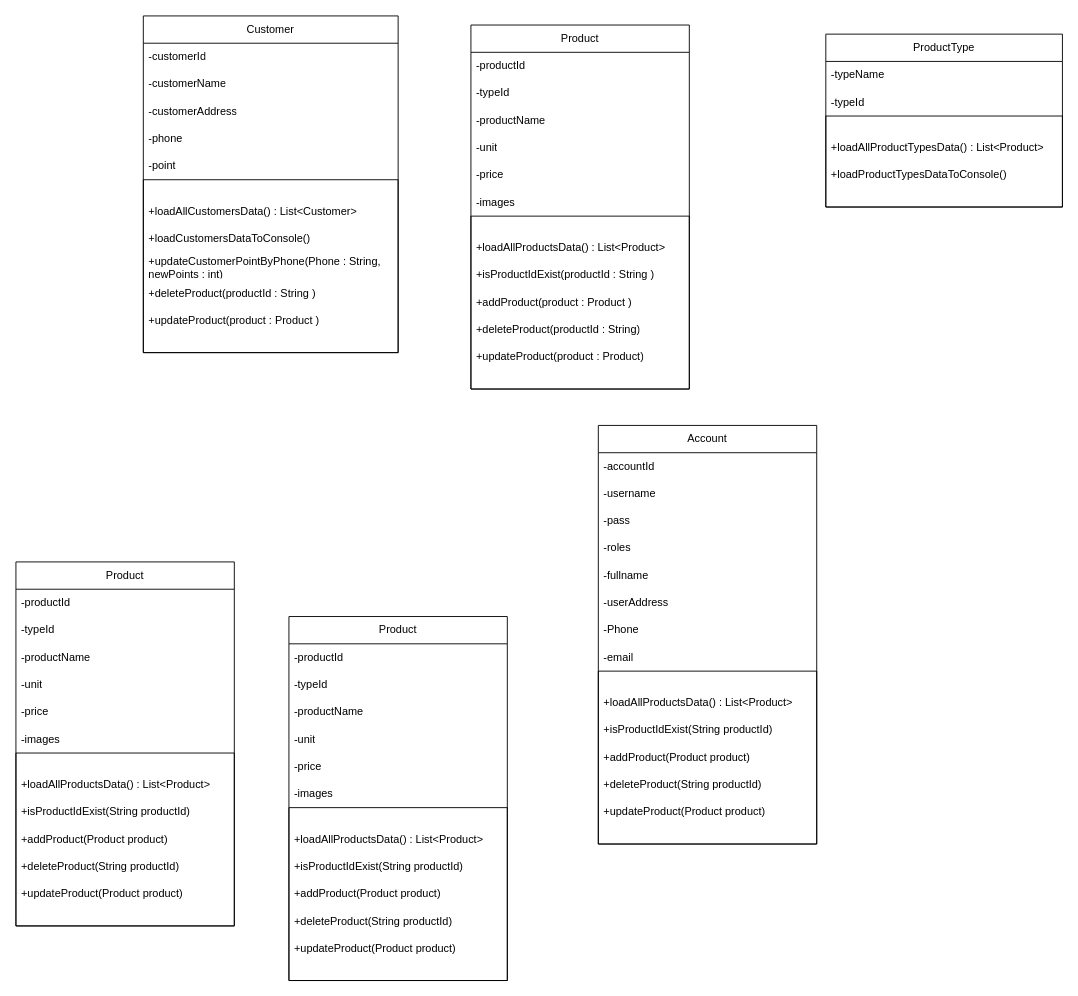
This is xử lí luồng.drawio from cuongtran-0900/GS1, a draw.io file, before an edit. Source tidied: cells renumbered, new cells numbered last; positions are measured from the earlier drawing's top-left corner, leaving out a move shared by most shapes. Both pictures are drawn from the tidied source at 91%, with x=0, y=0 at pixel (15, 15).
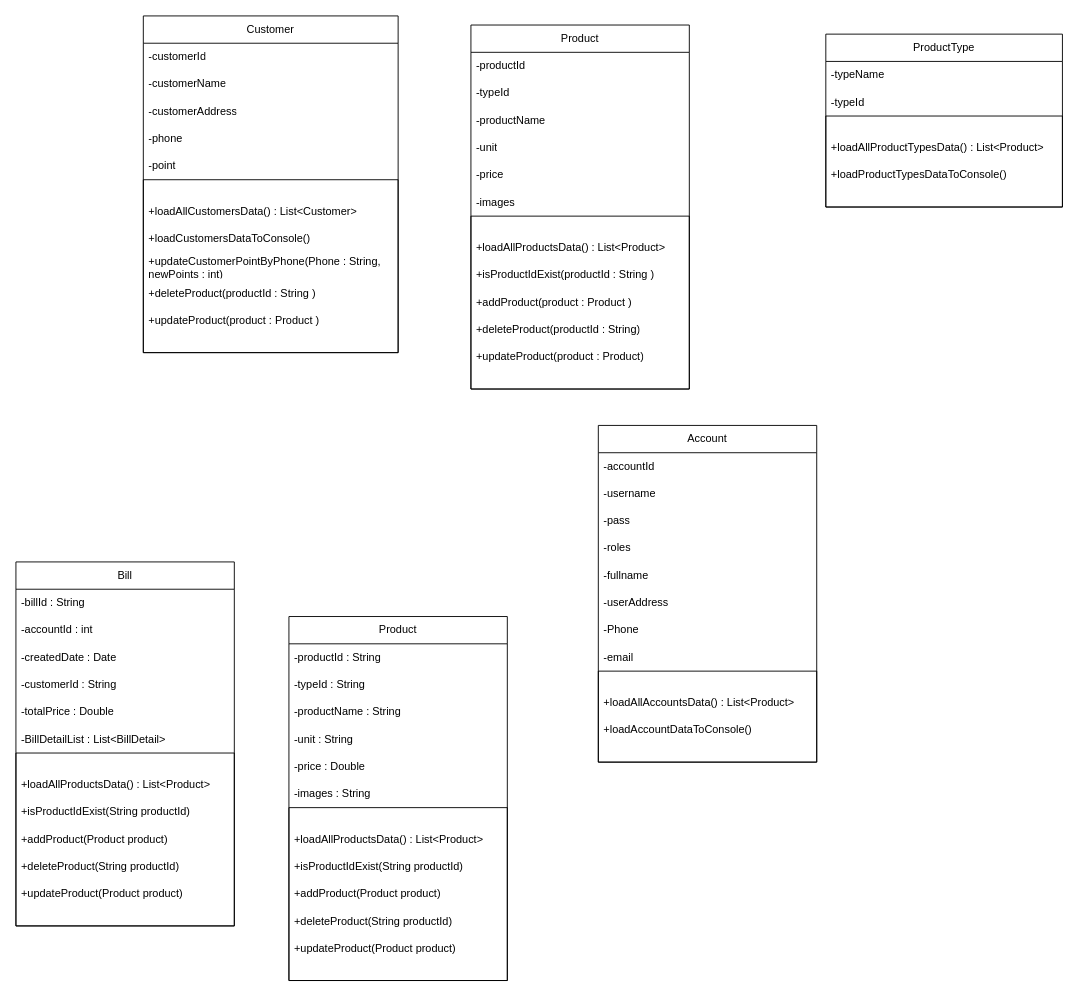
The same diagram, later.

The change refers to these unchanged cells:
```xml
<mxCell id="61" value="Product" style="swimlane;fontStyle=0;horizontal=1;startSize=30;whiteSpace=wrap;html=1;strokeColor=default;align=center;verticalAlign=middle;fontFamily=Helvetica;fontSize=12;fontColor=default;fillColor=default;" parent="1" vertex="1">
  <mxGeometry x="300" y="660" width="240" height="400" as="geometry" />
</mxCell>
```

The edit, as a diff of the source:
```diff
@@
     <mxCell id="8" value="Account" style="swimlane;fontStyle=0;horizontal=1;startSize=30;whiteSpace=wrap;html=1;strokeColor=default;align=center;verticalAlign=middle;fontFamily=Helvetica;fontSize=12;fontColor=default;fillColor=default;" parent="1" vertex="1">
-      <mxGeometry x="640" y="450" width="240" height="460" as="geometry" />
+      <mxGeometry x="640" y="450" width="240" height="370" as="geometry" />
     </mxCell>
@@
     <mxCell id="17" style="swimlane;startSize=0;strokeColor=default;align=center;verticalAlign=middle;fontFamily=Helvetica;fontSize=12;fontColor=default;fontStyle=0;fillColor=default;" parent="8" vertex="1">
-      <mxGeometry y="270" width="240" height="190" as="geometry" />
+      <mxGeometry y="270" width="240" height="100" as="geometry" />
     </mxCell>
-    <mxCell id="18" value="+loadAllProductsData() :&amp;nbsp;List&amp;lt;Product&amp;gt;" style="text;strokeColor=none;fillColor=none;align=left;verticalAlign=middle;spacingLeft=4;spacingRight=4;overflow=hidden;whiteSpace=wrap;html=1;fontFamily=Helvetica;fontSize=12;fontColor=default;fontStyle=0;" parent="17" vertex="1">
+    <mxCell id="18" value="+loadAllAccountsData() :&amp;nbsp;List&amp;lt;Product&amp;gt;" style="text;strokeColor=none;fillColor=none;align=left;verticalAlign=middle;spacingLeft=4;spacingRight=4;overflow=hidden;whiteSpace=wrap;html=1;fontFamily=Helvetica;fontSize=12;fontColor=default;fontStyle=0;" parent="17" vertex="1">
       <mxGeometry y="20" width="240" height="30" as="geometry" />
     </mxCell>
-    <mxCell id="19" value="+isProductIdExist(String productId)" style="text;strokeColor=none;fillColor=none;align=left;verticalAlign=middle;spacingLeft=4;spacingRight=4;overflow=hidden;whiteSpace=wrap;html=1;fontFamily=Helvetica;fontSize=12;fontColor=default;fontStyle=0;" parent="17" vertex="1">
+    <mxCell id="19" value="+loadAccountDataToConsole()" style="text;strokeColor=none;fillColor=none;align=left;verticalAlign=middle;spacingLeft=4;spacingRight=4;overflow=hidden;whiteSpace=wrap;html=1;fontFamily=Helvetica;fontSize=12;fontColor=default;fontStyle=0;" parent="17" vertex="1">
       <mxGeometry y="50" width="240" height="30" as="geometry" />
     </mxCell>
-    <mxCell id="20" value="+addProduct(Product product)" style="text;strokeColor=none;fillColor=none;align=left;verticalAlign=middle;spacingLeft=4;spacingRight=4;overflow=hidden;whiteSpace=wrap;html=1;fontFamily=Helvetica;fontSize=12;fontColor=default;fontStyle=0;" parent="17" vertex="1">
-      <mxGeometry y="80" width="240" height="30" as="geometry" />
-    </mxCell>
-    <mxCell id="21" value="+deleteProduct(String productId)" style="text;strokeColor=none;fillColor=none;align=left;verticalAlign=middle;spacingLeft=4;spacingRight=4;overflow=hidden;whiteSpace=wrap;html=1;fontFamily=Helvetica;fontSize=12;fontColor=default;fontStyle=0;" parent="17" vertex="1">
-      <mxGeometry y="110" width="240" height="30" as="geometry" />
-    </mxCell>
-    <mxCell id="22" value="+updateProduct(Product product)" style="text;strokeColor=none;fillColor=none;align=left;verticalAlign=middle;spacingLeft=4;spacingRight=4;overflow=hidden;whiteSpace=wrap;html=1;fontFamily=Helvetica;fontSize=12;fontColor=default;fontStyle=0;" parent="17" vertex="1">
-      <mxGeometry y="140" width="240" height="30" as="geometry" />
-    </mxCell>
@@
-    <mxCell id="48" value="Product" style="swimlane;fontStyle=0;horizontal=1;startSize=30;whiteSpace=wrap;html=1;strokeColor=default;align=center;verticalAlign=middle;fontFamily=Helvetica;fontSize=12;fontColor=default;fillColor=default;" parent="1" vertex="1">
+    <mxCell id="48" value="Bill" style="swimlane;fontStyle=0;horizontal=1;startSize=30;whiteSpace=wrap;html=1;strokeColor=default;align=center;verticalAlign=middle;fontFamily=Helvetica;fontSize=12;fontColor=default;fillColor=default;" parent="1" vertex="1">
       <mxGeometry y="600" width="240" height="400" as="geometry" />
     </mxCell>
-    <mxCell id="49" value="-productId" style="text;strokeColor=none;fillColor=none;align=left;verticalAlign=middle;spacingLeft=4;spacingRight=4;overflow=hidden;whiteSpace=wrap;html=1;fontFamily=Helvetica;fontSize=12;fontColor=default;fontStyle=0;" parent="48" vertex="1">
+    <mxCell id="49" value="-billId :&amp;nbsp;String" style="text;strokeColor=none;fillColor=none;align=left;verticalAlign=middle;spacingLeft=4;spacingRight=4;overflow=hidden;whiteSpace=wrap;html=1;fontFamily=Helvetica;fontSize=12;fontColor=default;fontStyle=0;" parent="48" vertex="1">
       <mxGeometry y="30" width="240" height="30" as="geometry" />
     </mxCell>
-    <mxCell id="50" value="-typeId" style="text;strokeColor=none;fillColor=none;align=left;verticalAlign=middle;spacingLeft=4;spacingRight=4;overflow=hidden;whiteSpace=wrap;html=1;fontFamily=Helvetica;fontSize=12;fontColor=default;fontStyle=0;" parent="48" vertex="1">
+    <mxCell id="50" value="-accountId :&amp;nbsp;int" style="text;strokeColor=none;fillColor=none;align=left;verticalAlign=middle;spacingLeft=4;spacingRight=4;overflow=hidden;whiteSpace=wrap;html=1;fontFamily=Helvetica;fontSize=12;fontColor=default;fontStyle=0;" parent="48" vertex="1">
       <mxGeometry y="60" width="240" height="30" as="geometry" />
     </mxCell>
-    <mxCell id="51" value="-productName" style="text;strokeColor=none;fillColor=none;align=left;verticalAlign=middle;spacingLeft=4;spacingRight=4;overflow=hidden;whiteSpace=wrap;html=1;fontFamily=Helvetica;fontSize=12;fontColor=default;fontStyle=0;" parent="48" vertex="1">
+    <mxCell id="51" value="-createdDate :&amp;nbsp;Date" style="text;strokeColor=none;fillColor=none;align=left;verticalAlign=middle;spacingLeft=4;spacingRight=4;overflow=hidden;whiteSpace=wrap;html=1;fontFamily=Helvetica;fontSize=12;fontColor=default;fontStyle=0;" parent="48" vertex="1">
       <mxGeometry y="90" width="240" height="30" as="geometry" />
     </mxCell>
-    <mxCell id="52" value="-unit" style="text;strokeColor=none;fillColor=none;align=left;verticalAlign=middle;spacingLeft=4;spacingRight=4;overflow=hidden;whiteSpace=wrap;html=1;fontFamily=Helvetica;fontSize=12;fontColor=default;fontStyle=0;" parent="48" vertex="1">
+    <mxCell id="52" value="-customerId :&amp;nbsp;String" style="text;strokeColor=none;fillColor=none;align=left;verticalAlign=middle;spacingLeft=4;spacingRight=4;overflow=hidden;whiteSpace=wrap;html=1;fontFamily=Helvetica;fontSize=12;fontColor=default;fontStyle=0;" parent="48" vertex="1">
       <mxGeometry y="120" width="240" height="30" as="geometry" />
     </mxCell>
-    <mxCell id="53" value="-price" style="text;strokeColor=none;fillColor=none;align=left;verticalAlign=middle;spacingLeft=4;spacingRight=4;overflow=hidden;whiteSpace=wrap;html=1;fontFamily=Helvetica;fontSize=12;fontColor=default;fontStyle=0;" parent="48" vertex="1">
+    <mxCell id="53" value="-totalPrice : Double" style="text;strokeColor=none;fillColor=none;align=left;verticalAlign=middle;spacingLeft=4;spacingRight=4;overflow=hidden;whiteSpace=wrap;html=1;fontFamily=Helvetica;fontSize=12;fontColor=default;fontStyle=0;" parent="48" vertex="1">
       <mxGeometry y="150" width="240" height="30" as="geometry" />
     </mxCell>
-    <mxCell id="54" value="-images" style="text;strokeColor=none;fillColor=none;align=left;verticalAlign=middle;spacingLeft=4;spacingRight=4;overflow=hidden;whiteSpace=wrap;html=1;fontFamily=Helvetica;fontSize=12;fontColor=default;fontStyle=0;" parent="48" vertex="1">
+    <mxCell id="54" value="-BillDetailList : List&amp;lt;BillDetail&amp;gt;" style="text;strokeColor=none;fillColor=none;align=left;verticalAlign=middle;spacingLeft=4;spacingRight=4;overflow=hidden;whiteSpace=wrap;html=1;fontFamily=Helvetica;fontSize=12;fontColor=default;fontStyle=0;" parent="48" vertex="1">
       <mxGeometry y="180" width="240" height="30" as="geometry" />
     </mxCell>
@@
-    <mxCell id="62" value="-productId" style="text;strokeColor=none;fillColor=none;align=left;verticalAlign=middle;spacingLeft=4;spacingRight=4;overflow=hidden;whiteSpace=wrap;html=1;fontFamily=Helvetica;fontSize=12;fontColor=default;fontStyle=0;" parent="61" vertex="1">
+    <mxCell id="62" value="-productId :&amp;nbsp;String" style="text;strokeColor=none;fillColor=none;align=left;verticalAlign=middle;spacingLeft=4;spacingRight=4;overflow=hidden;whiteSpace=wrap;html=1;fontFamily=Helvetica;fontSize=12;fontColor=default;fontStyle=0;" parent="61" vertex="1">
       <mxGeometry y="30" width="240" height="30" as="geometry" />
     </mxCell>
-    <mxCell id="63" value="-typeId" style="text;strokeColor=none;fillColor=none;align=left;verticalAlign=middle;spacingLeft=4;spacingRight=4;overflow=hidden;whiteSpace=wrap;html=1;fontFamily=Helvetica;fontSize=12;fontColor=default;fontStyle=0;" parent="61" vertex="1">
+    <mxCell id="63" value="-typeId :&amp;nbsp;String" style="text;strokeColor=none;fillColor=none;align=left;verticalAlign=middle;spacingLeft=4;spacingRight=4;overflow=hidden;whiteSpace=wrap;html=1;fontFamily=Helvetica;fontSize=12;fontColor=default;fontStyle=0;" parent="61" vertex="1">
       <mxGeometry y="60" width="240" height="30" as="geometry" />
     </mxCell>
-    <mxCell id="64" value="-productName" style="text;strokeColor=none;fillColor=none;align=left;verticalAlign=middle;spacingLeft=4;spacingRight=4;overflow=hidden;whiteSpace=wrap;html=1;fontFamily=Helvetica;fontSize=12;fontColor=default;fontStyle=0;" parent="61" vertex="1">
+    <mxCell id="64" value="-productName :&amp;nbsp;String" style="text;strokeColor=none;fillColor=none;align=left;verticalAlign=middle;spacingLeft=4;spacingRight=4;overflow=hidden;whiteSpace=wrap;html=1;fontFamily=Helvetica;fontSize=12;fontColor=default;fontStyle=0;" parent="61" vertex="1">
       <mxGeometry y="90" width="240" height="30" as="geometry" />
     </mxCell>
-    <mxCell id="65" value="-unit" style="text;strokeColor=none;fillColor=none;align=left;verticalAlign=middle;spacingLeft=4;spacingRight=4;overflow=hidden;whiteSpace=wrap;html=1;fontFamily=Helvetica;fontSize=12;fontColor=default;fontStyle=0;" parent="61" vertex="1">
+    <mxCell id="65" value="-unit :&amp;nbsp;String" style="text;strokeColor=none;fillColor=none;align=left;verticalAlign=middle;spacingLeft=4;spacingRight=4;overflow=hidden;whiteSpace=wrap;html=1;fontFamily=Helvetica;fontSize=12;fontColor=default;fontStyle=0;" parent="61" vertex="1">
       <mxGeometry y="120" width="240" height="30" as="geometry" />
     </mxCell>
-    <mxCell id="66" value="-price" style="text;strokeColor=none;fillColor=none;align=left;verticalAlign=middle;spacingLeft=4;spacingRight=4;overflow=hidden;whiteSpace=wrap;html=1;fontFamily=Helvetica;fontSize=12;fontColor=default;fontStyle=0;" parent="61" vertex="1">
+    <mxCell id="66" value="-price : Double" style="text;strokeColor=none;fillColor=none;align=left;verticalAlign=middle;spacingLeft=4;spacingRight=4;overflow=hidden;whiteSpace=wrap;html=1;fontFamily=Helvetica;fontSize=12;fontColor=default;fontStyle=0;" parent="61" vertex="1">
       <mxGeometry y="150" width="240" height="30" as="geometry" />
     </mxCell>
-    <mxCell id="67" value="-images" style="text;strokeColor=none;fillColor=none;align=left;verticalAlign=middle;spacingLeft=4;spacingRight=4;overflow=hidden;whiteSpace=wrap;html=1;fontFamily=Helvetica;fontSize=12;fontColor=default;fontStyle=0;" parent="61" vertex="1">
+    <mxCell id="67" value="-images :&amp;nbsp;String" style="text;strokeColor=none;fillColor=none;align=left;verticalAlign=middle;spacingLeft=4;spacingRight=4;overflow=hidden;whiteSpace=wrap;html=1;fontFamily=Helvetica;fontSize=12;fontColor=default;fontStyle=0;" parent="61" vertex="1">
       <mxGeometry y="180" width="240" height="30" as="geometry" />
     </mxCell>
```
